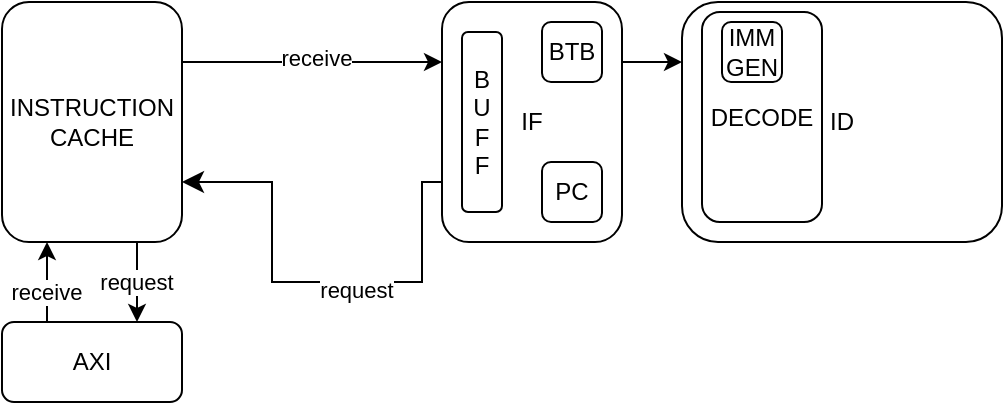
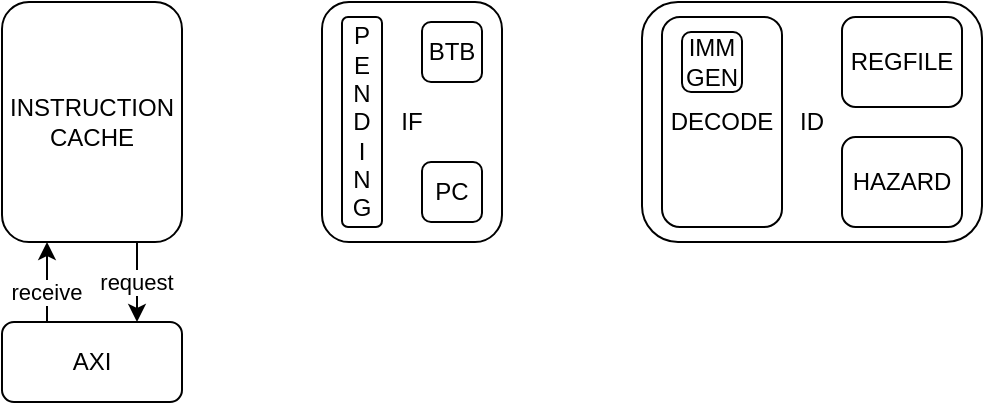
<mxfile host="65bd71144e">
    <diagram id="kdcEMu0easyaZETJSvb7" name="Page-1">
-         <mxGraphModel dx="1966" dy="981" grid="1" gridSize="10" guides="1" tooltips="1" connect="1" arrows="1" fold="1" page="1" pageScale="1" pageWidth="850" pageHeight="1100" math="0" shadow="0">
+         <mxGraphModel dx="1168" dy="1154" grid="1" gridSize="10" guides="1" tooltips="1" connect="1" arrows="1" fold="1" page="1" pageScale="1" pageWidth="850" pageHeight="1100" math="0" shadow="0">
            <root>
                <mxCell id="0"/>
                <mxCell id="1" parent="0"/>
-                 <mxCell id="3" style="edgeStyle=none;html=1;exitX=1;exitY=0.25;exitDx=0;exitDy=0;entryX=0;entryY=0.25;entryDx=0;entryDy=0;" parent="1" edge="1" target="4">
-                     <mxGeometry relative="1" as="geometry">
-                         <mxPoint x="290" y="190" as="targetPoint"/>
-                         <mxPoint x="210" y="190" as="sourcePoint"/>
-                     </mxGeometry>
-                 </mxCell>
-                 <mxCell id="10" value="receive" style="edgeLabel;html=1;align=center;verticalAlign=middle;resizable=0;points=[];" parent="3" vertex="1" connectable="0">
-                     <mxGeometry x="0.0252" y="2" relative="1" as="geometry">
-                         <mxPoint as="offset"/>
-                     </mxGeometry>
-                 </mxCell>
                <mxCell id="17" style="edgeStyle=none;html=1;exitX=0.75;exitY=1;exitDx=0;exitDy=0;entryX=0.75;entryY=0;entryDx=0;entryDy=0;" parent="1" source="2" target="16" edge="1">
                    <mxGeometry relative="1" as="geometry"/>
                </mxCell>
                <mxCell id="19" value="request" style="edgeLabel;html=1;align=center;verticalAlign=middle;resizable=0;points=[];" parent="17" vertex="1" connectable="0">
                    <mxGeometry x="-0.0332" y="-1" relative="1" as="geometry">
                        <mxPoint as="offset"/>
                    </mxGeometry>
                </mxCell>
                <mxCell id="2" value="INSTRUCTION&lt;div&gt;CACHE&lt;/div&gt;" style="rounded=1;whiteSpace=wrap;html=1;" parent="1" vertex="1">
                    <mxGeometry x="120" y="160" width="90" height="120" as="geometry"/>
                </mxCell>
-                 <mxCell id="34" style="edgeStyle=none;html=1;exitX=1;exitY=0.25;exitDx=0;exitDy=0;entryX=0;entryY=0.25;entryDx=0;entryDy=0;" parent="1" source="4" target="21" edge="1">
-                     <mxGeometry relative="1" as="geometry"/>
-                 </mxCell>
                <mxCell id="4" value="IF" style="rounded=1;whiteSpace=wrap;html=1;" parent="1" vertex="1">
-                     <mxGeometry x="340" y="160" width="90" height="120" as="geometry"/>
+                     <mxGeometry x="280" y="160" width="90" height="120" as="geometry"/>
                </mxCell>
                <mxCell id="11" value="PC" style="rounded=1;whiteSpace=wrap;html=1;" parent="1" vertex="1">
-                     <mxGeometry x="390" y="240" width="30" height="30" as="geometry"/>
+                     <mxGeometry x="330" y="240" width="30" height="30" as="geometry"/>
                </mxCell>
                <mxCell id="18" style="edgeStyle=none;html=1;exitX=0.25;exitY=0;exitDx=0;exitDy=0;entryX=0.25;entryY=1;entryDx=0;entryDy=0;" parent="1" source="16" target="2" edge="1">
                    <mxGeometry relative="1" as="geometry"/>
                </mxCell>
                <mxCell id="20" value="receive" style="edgeLabel;html=1;align=center;verticalAlign=middle;resizable=0;points=[];" parent="18" vertex="1" connectable="0">
                    <mxGeometry x="-0.2168" y="1" relative="1" as="geometry">
                        <mxPoint as="offset"/>
                    </mxGeometry>
                </mxCell>
                <mxCell id="21" value="ID" style="rounded=1;whiteSpace=wrap;html=1;" parent="1" vertex="1">
-                     <mxGeometry x="460" y="160" width="160" height="120" as="geometry"/>
+                     <mxGeometry x="440" y="160" width="170" height="120" as="geometry"/>
                </mxCell>
                <mxCell id="16" value="AXI" style="rounded=1;whiteSpace=wrap;html=1;" parent="1" vertex="1">
                    <mxGeometry x="120" y="320" width="90" height="40" as="geometry"/>
                </mxCell>
                <mxCell id="23" value="DECODE" style="rounded=1;whiteSpace=wrap;html=1;" parent="1" vertex="1">
-                     <mxGeometry x="470" y="165" width="60" height="105" as="geometry"/>
+                     <mxGeometry x="450" y="167.5" width="60" height="105" as="geometry"/>
                </mxCell>
                <mxCell id="22" value="IMM GEN" style="rounded=1;whiteSpace=wrap;html=1;" parent="1" vertex="1">
-                     <mxGeometry x="480" y="170" width="30" height="30" as="geometry"/>
+                     <mxGeometry x="460" y="175" width="30" height="30" as="geometry"/>
                </mxCell>
                <mxCell id="35" value="BTB" style="rounded=1;whiteSpace=wrap;html=1;" parent="1" vertex="1">
-                     <mxGeometry x="390" y="170" width="30" height="30" as="geometry"/>
+                     <mxGeometry x="330" y="170" width="30" height="30" as="geometry"/>
                </mxCell>
-                 <mxCell id="42" value="" style="edgeStyle=elbowEdgeStyle;elbow=horizontal;endArrow=classic;html=1;curved=0;rounded=0;endSize=8;startSize=8;entryX=1;entryY=0.75;entryDx=0;entryDy=0;" parent="1" target="2" edge="1">
-                     <mxGeometry width="50" height="50" relative="1" as="geometry">
-                         <mxPoint x="330" y="300" as="sourcePoint"/>
-                         <mxPoint x="340" y="300" as="targetPoint"/>
-                         <Array as="points">
-                             <mxPoint x="255" y="310"/>
-                         </Array>
-                     </mxGeometry>
+                 <mxCell id="53" value="P&lt;div&gt;E&lt;/div&gt;&lt;div&gt;N&lt;/div&gt;&lt;div&gt;D&lt;/div&gt;&lt;div&gt;I&lt;/div&gt;&lt;div&gt;N&lt;/div&gt;&lt;div&gt;G&lt;/div&gt;" style="rounded=1;whiteSpace=wrap;html=1;" parent="1" vertex="1">
+                     <mxGeometry x="290" y="167.5" width="20" height="105" as="geometry"/>
                </mxCell>
-                 <mxCell id="50" value="request" style="edgeLabel;html=1;align=center;verticalAlign=middle;resizable=0;points=[];" parent="42" vertex="1" connectable="0">
-                     <mxGeometry x="-0.604" y="4" relative="1" as="geometry">
-                         <mxPoint as="offset"/>
-                     </mxGeometry>
+                 <mxCell id="54" value="HAZARD" style="rounded=1;whiteSpace=wrap;html=1;" vertex="1" parent="1">
+                     <mxGeometry x="540" y="227.5" width="60" height="45" as="geometry"/>
                </mxCell>
-                 <mxCell id="49" value="" style="shape=partialRectangle;whiteSpace=wrap;html=1;bottom=0;right=0;fillColor=none;direction=east;" parent="1" vertex="1">
-                     <mxGeometry x="330" y="250" width="10" height="50" as="geometry"/>
-                 </mxCell>
-                 <mxCell id="53" value="B&lt;div&gt;U&lt;/div&gt;&lt;div&gt;F&lt;/div&gt;&lt;div&gt;F&lt;/div&gt;" style="rounded=1;whiteSpace=wrap;html=1;" vertex="1" parent="1">
-                     <mxGeometry x="350" y="175" width="20" height="90" as="geometry"/>
+                 <mxCell id="55" value="REGFILE" style="rounded=1;whiteSpace=wrap;html=1;" vertex="1" parent="1">
+                     <mxGeometry x="540" y="167.5" width="60" height="45" as="geometry"/>
                </mxCell>
            </root>
        </mxGraphModel>
    </diagram>
</mxfile>